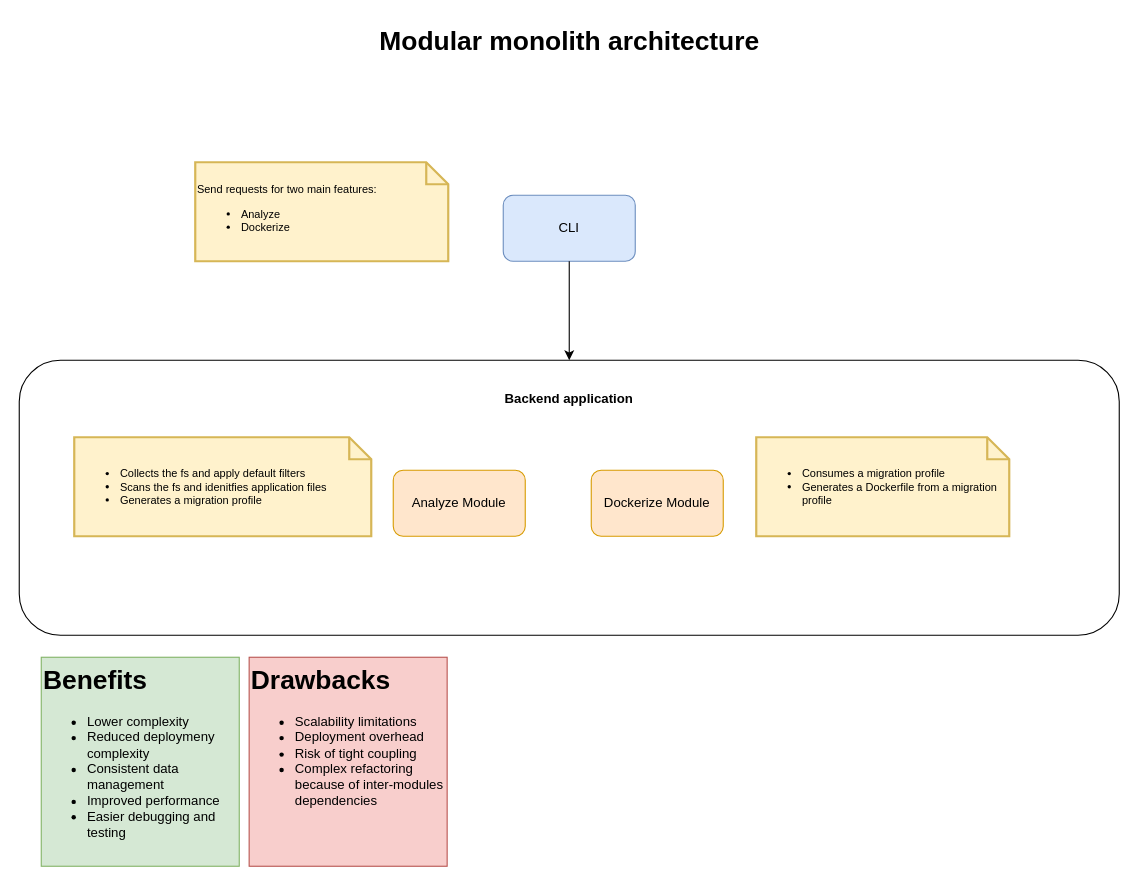
toni123321/vm-to-container-migrator keeps this draw.io diagram as page "modular-monolith-general-architecture" (4 of 5) of diagrams/core-unit.drawio. Above is the earlier version. Source tidied: cells renumbered, new cells numbered last; positions are measured from the earlier drawing's top-left corner, leaving out a move shared by most shapes. Both pictures are drawn from the tidied source at 110%, with x=0, y=0 at pixel (19, 19).
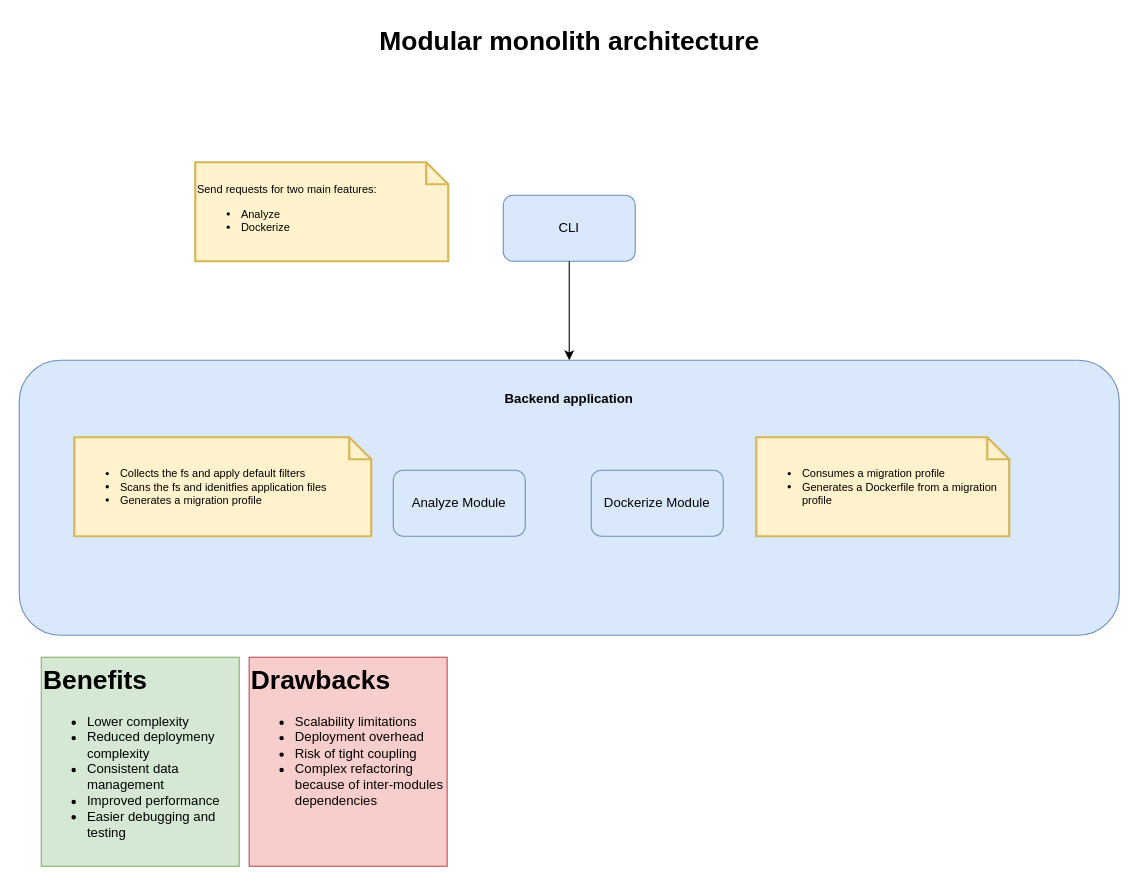
Above is the later version.

What changed in the source:
```diff
@@
 <mxGraphModel>
   <root>
     <mxCell id="0" />
     <mxCell id="1" parent="0" />
-    <mxCell id="2" style="rounded=1;whiteSpace=wrap;html=1;" parent="1" vertex="1">
+    <mxCell id="2" style="rounded=1;whiteSpace=wrap;html=1;fillColor=#dae8fc;strokeColor=#6c8ebf;" parent="1" vertex="1">
       <mxGeometry y="310" width="1000" height="250" as="geometry" />
     </mxCell>
     <mxCell id="3" value="CLI" style="rounded=1;whiteSpace=wrap;html=1;fillColor=#dae8fc;strokeColor=#6c8ebf;" parent="1" vertex="1">
       <mxGeometry x="440" y="160" width="120" height="60" as="geometry" />
     </mxCell>
-    <mxCell id="4" value="Analyze Module" style="rounded=1;whiteSpace=wrap;html=1;fillColor=#ffe6cc;strokeColor=#d79b00;" parent="1" vertex="1">
+    <mxCell id="4" value="Analyze Module" style="rounded=1;whiteSpace=wrap;html=1;fillColor=#dae8fc;strokeColor=#6c8ebf;" parent="1" vertex="1">
       <mxGeometry x="340" y="410" width="120" height="60" as="geometry" />
     </mxCell>
-    <mxCell id="5" value="Dockerize Module" style="rounded=1;whiteSpace=wrap;html=1;fillColor=#ffe6cc;strokeColor=#d79b00;" parent="1" vertex="1">
+    <mxCell id="5" value="Dockerize Module" style="rounded=1;whiteSpace=wrap;html=1;fillColor=#dae8fc;strokeColor=#6c8ebf;" parent="1" vertex="1">
       <mxGeometry x="520" y="410" width="120" height="60" as="geometry" />
     </mxCell>
     <mxCell id="6" style="endArrow=classic;html=1;rounded=0;exitX=0.5;exitY=1;exitDx=0;exitDy=0;" parent="1" edge="1" source="3" target="2">
       <mxGeometry relative="1" as="geometry" />
     </mxCell>
     <mxCell id="7" value="&lt;font style=&quot;font-size: 10px;&quot;&gt;&lt;span style=&quot;color: rgb(0, 0, 0);&quot;&gt;Send requests for two main features:&lt;/span&gt;&lt;br style=&quot;color: rgb(0, 0, 0);&quot;&gt;&lt;/font&gt;&lt;ul style=&quot;color: rgb(0, 0, 0); font-size: 10px;&quot;&gt;&lt;li&gt;Analyze&lt;/li&gt;&lt;li&gt;Dockerize&lt;/li&gt;&lt;/ul&gt;" style="shape=note;strokeWidth=2;fontSize=14;size=20;whiteSpace=wrap;html=1;fillColor=#fff2cc;strokeColor=#d6b656;fontColor=#666600;align=left;" parent="1" vertex="1">
       <mxGeometry x="160" y="130" width="230" height="90" as="geometry" />
     </mxCell>
     <mxCell id="8" value="&lt;div style=&quot;font-size: 10px; line-height: 120%;&quot;&gt;&lt;ul style=&quot;line-height: 120%;&quot;&gt;&lt;li&gt;Collects the fs and apply default filters&lt;/li&gt;&lt;li&gt;Scans the fs and idenitfies application files&lt;/li&gt;&lt;li&gt;Generates a migration profile&lt;/li&gt;&lt;/ul&gt;&lt;/div&gt;" style="shape=note;strokeWidth=2;fontSize=14;size=20;whiteSpace=wrap;html=1;fillColor=#fff2cc;strokeColor=#d6b656;fontColor=#000000;align=left;" parent="1" vertex="1">
       <mxGeometry x="50" y="380" width="270" height="90" as="geometry" />
     </mxCell>
-    <mxCell id="9" value="&lt;div style=&quot;font-size: 10px;&quot;&gt;&lt;ul style=&quot;&quot;&gt;&lt;li&gt;Consumes a migration profile&lt;/li&gt;&lt;li&gt;Generates a Dockerfile from a migration profile&lt;/li&gt;&lt;/ul&gt;&lt;/div&gt;" style="shape=note;strokeWidth=2;fontSize=14;size=20;whiteSpace=wrap;html=1;fillColor=#fff2cc;strokeColor=#d6b656;fontColor=#000000;align=left;" parent="1" vertex="1">
+    <mxCell id="9" value="&lt;div style=&quot;font-size: 10px;&quot;&gt;&lt;ul style=&quot;&quot;&gt;&lt;li&gt;Consumes a migration profile&lt;/li&gt;&lt;li&gt;Generates a Dockerfile from a migration profile&lt;/li&gt;&lt;/ul&gt;&lt;/div&gt;" style="shape=note;strokeWidth=2;fontSize=14;size=20;whiteSpace=wrap;html=1;fillColor=#fff2cc;strokeColor=#d6b656;align=left;" parent="1" vertex="1">
       <mxGeometry x="670" y="380" width="230" height="90" as="geometry" />
     </mxCell>
     <mxCell id="10" value="Modular monolith architecture" style="text;strokeColor=none;fillColor=none;html=1;fontSize=24;fontStyle=1;verticalAlign=middle;align=center;" parent="1" vertex="1">
       <mxGeometry x="385" width="230" height="40" as="geometry" />
     </mxCell>
     <mxCell id="11" value="&lt;h1 style=&quot;margin-top: 0px;&quot;&gt;Benefits&lt;/h1&gt;&lt;p&gt;&lt;/p&gt;&lt;ul&gt;&lt;li&gt;Lower complexity&lt;/li&gt;&lt;li&gt;Reduced deploymeny complexity&lt;/li&gt;&lt;li&gt;Consistent data management&lt;/li&gt;&lt;li&gt;Improved performance&lt;/li&gt;&lt;li&gt;Easier debugging and testing&lt;/li&gt;&lt;/ul&gt;&lt;p&gt;&lt;/p&gt;" style="text;html=1;whiteSpace=wrap;overflow=hidden;rounded=0;fillColor=#d5e8d4;strokeColor=#82b366;" parent="1" vertex="1">
       <mxGeometry x="20" y="580" width="180" height="190" as="geometry" />
     </mxCell>
     <mxCell id="12" value="&lt;h1 style=&quot;margin-top: 0px;&quot;&gt;Drawbacks&lt;/h1&gt;&lt;p&gt;&lt;/p&gt;&lt;ul&gt;&lt;li&gt;Scalability limitations&lt;/li&gt;&lt;li&gt;Deployment overhead&lt;/li&gt;&lt;li&gt;Risk of tight coupling&lt;/li&gt;&lt;li&gt;Complex refactoring because of inter-modules dependencies&lt;/li&gt;&lt;/ul&gt;&lt;p&gt;&lt;/p&gt;" style="text;html=1;whiteSpace=wrap;overflow=hidden;rounded=0;fillColor=#f8cecc;strokeColor=#b85450;" parent="1" vertex="1">
       <mxGeometry x="209" y="580" width="180" height="190" as="geometry" />
     </mxCell>
     <mxCell id="13" value="&lt;b&gt;Backend application&lt;/b&gt;" style="text;html=1;align=center;verticalAlign=middle;whiteSpace=wrap;rounded=0;" parent="1" vertex="1">
       <mxGeometry x="430" y="330" width="140" height="30" as="geometry" />
     </mxCell>
   </root>
 </mxGraphModel>
```
